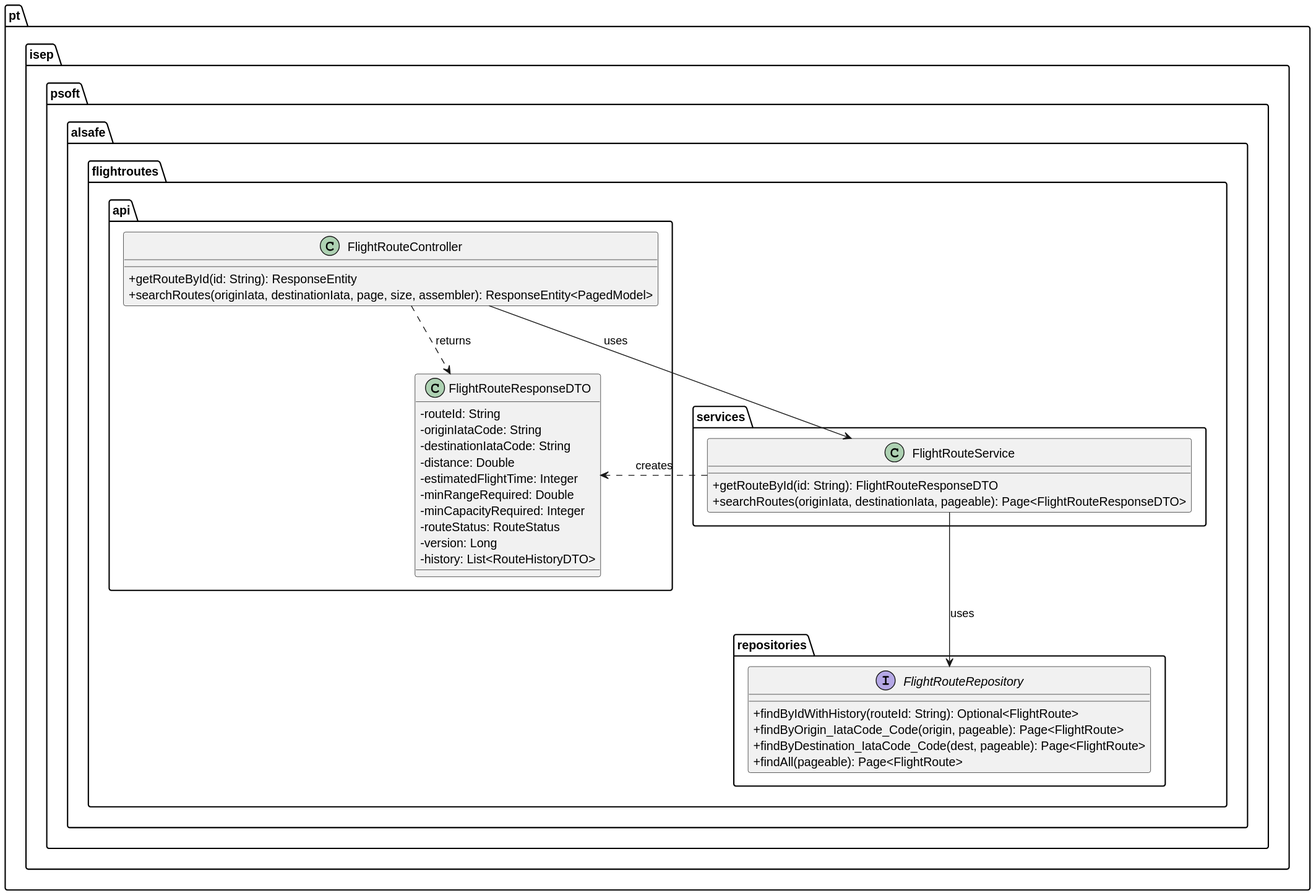
This is docs/use-cases/WP#3A/US113/svg/US113-CD.svg from Andre-1240567/psoft2026_2DB_1240567_1241013_1240624, a PlantUML export, as it was before one commit.
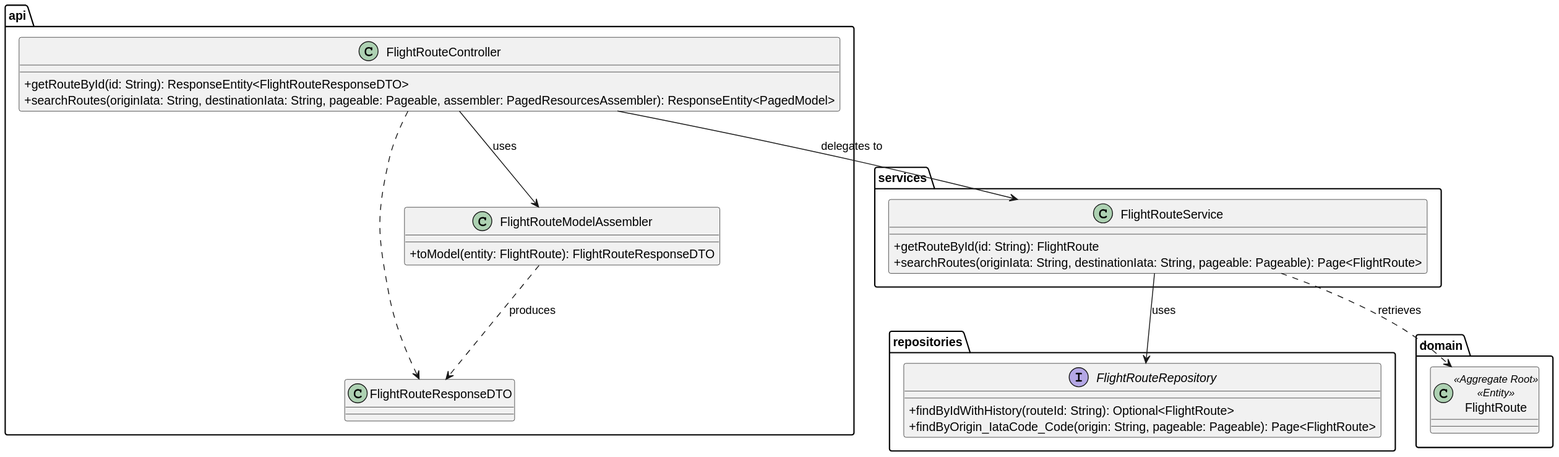
After the change.

The edit, as a diff of the source:
```diff
@@ -1,43 +1,39 @@
 @startuml
 skinparam classAttributeIconSize 0
 
-package "pt.isep.psoft.alsafe.flightroutes.api" {
+package "api" {
     class FlightRouteController {
-        + getRouteById(id: String): ResponseEntity
-        + searchRoutes(originIata, destinationIata, page, size, assembler): ResponseEntity<PagedModel>
+        + getRouteById(id: String): ResponseEntity<FlightRouteResponseDTO>
+        + searchRoutes(originIata: String, destinationIata: String, pageable: Pageable, assembler: PagedResourcesAssembler): ResponseEntity<PagedModel>
     }
-    class FlightRouteResponseDTO {
-        - routeId: String
-        - originIataCode: String
-        - destinationIataCode: String
-        - distance: Double
-        - estimatedFlightTime: Integer
-        - minRangeRequired: Double
-        - minCapacityRequired: Integer
-        - routeStatus: RouteStatus
-        - version: Long
-        - history: List<RouteHistoryDTO>
+    class FlightRouteResponseDTO
+    class FlightRouteModelAssembler {
+        + toModel(entity: FlightRoute): FlightRouteResponseDTO
     }
 }
 
-package "pt.isep.psoft.alsafe.flightroutes.services" {
+package "services" {
     class FlightRouteService {
-        + getRouteById(id: String): FlightRouteResponseDTO
-        + searchRoutes(originIata, destinationIata, pageable): Page<FlightRouteResponseDTO>
+        + getRouteById(id: String): FlightRoute
+        + searchRoutes(originIata: String, destinationIata: String, pageable: Pageable): Page<FlightRoute>
     }
 }
 
-package "pt.isep.psoft.alsafe.flightroutes.repositories" {
+package "repositories" {
     interface FlightRouteRepository {
         + findByIdWithHistory(routeId: String): Optional<FlightRoute>
-        + findByOrigin_IataCode_Code(origin, pageable): Page<FlightRoute>
-        + findByDestination_IataCode_Code(dest, pageable): Page<FlightRoute>
-        + findAll(pageable): Page<FlightRoute>
+        + findByOrigin_IataCode_Code(origin: String, pageable: Pageable): Page<FlightRoute>
     }
 }
 
-FlightRouteController --> FlightRouteService : uses
+package "domain" {
+    class FlightRoute <<Aggregate Root>> <<Entity>>
+}
+
+FlightRouteController ..> FlightRouteResponseDTO
+FlightRouteController --> FlightRouteService : delegates to
+FlightRouteController --> FlightRouteModelAssembler : uses
+FlightRouteModelAssembler ..> FlightRouteResponseDTO : produces
 FlightRouteService --> FlightRouteRepository : uses
-FlightRouteService ..> FlightRouteResponseDTO : creates
-FlightRouteController ..> FlightRouteResponseDTO : returns
+FlightRouteService ..> FlightRoute : retrieves
 @enduml
```
